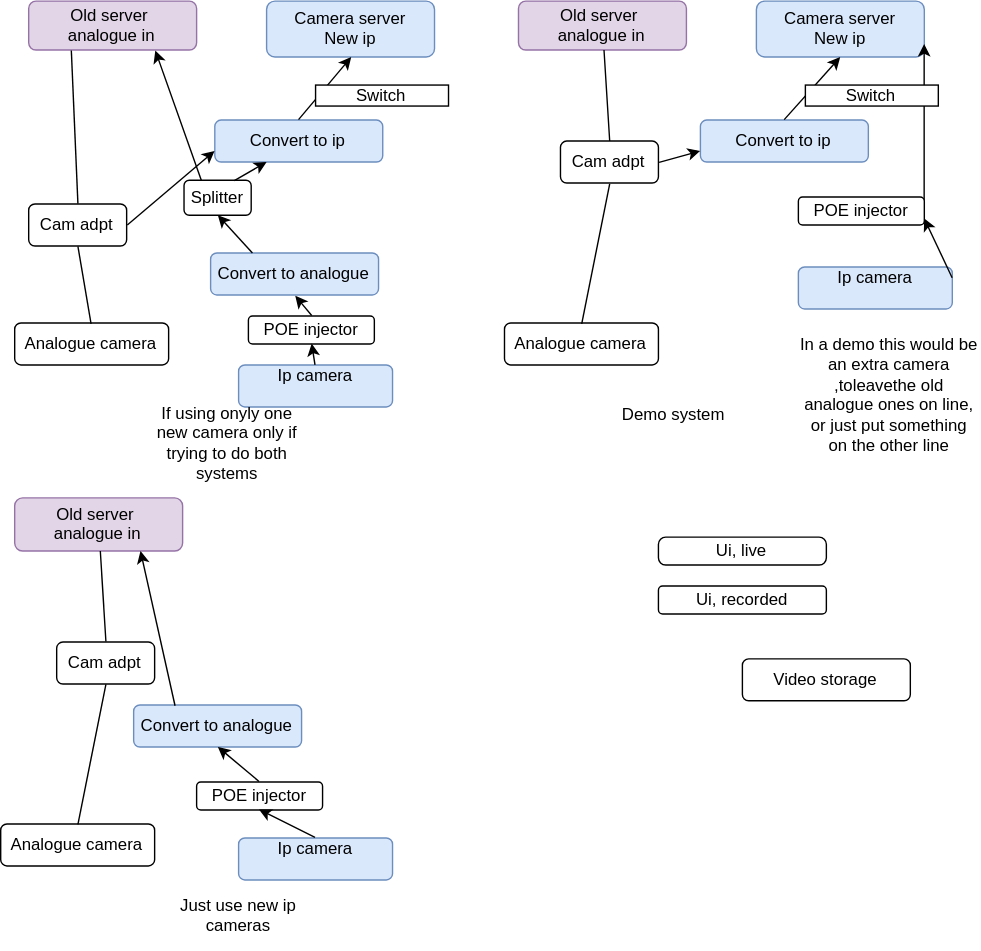
Above: IdeaForCameraSystem.svg in RobinBoswellUK/DrawIO (draw.io), before the change. Source tidied: cells renumbered, new cells last; positions are measured from the earlier drawing's top-left corner, leaving out a move shared by most shapes.
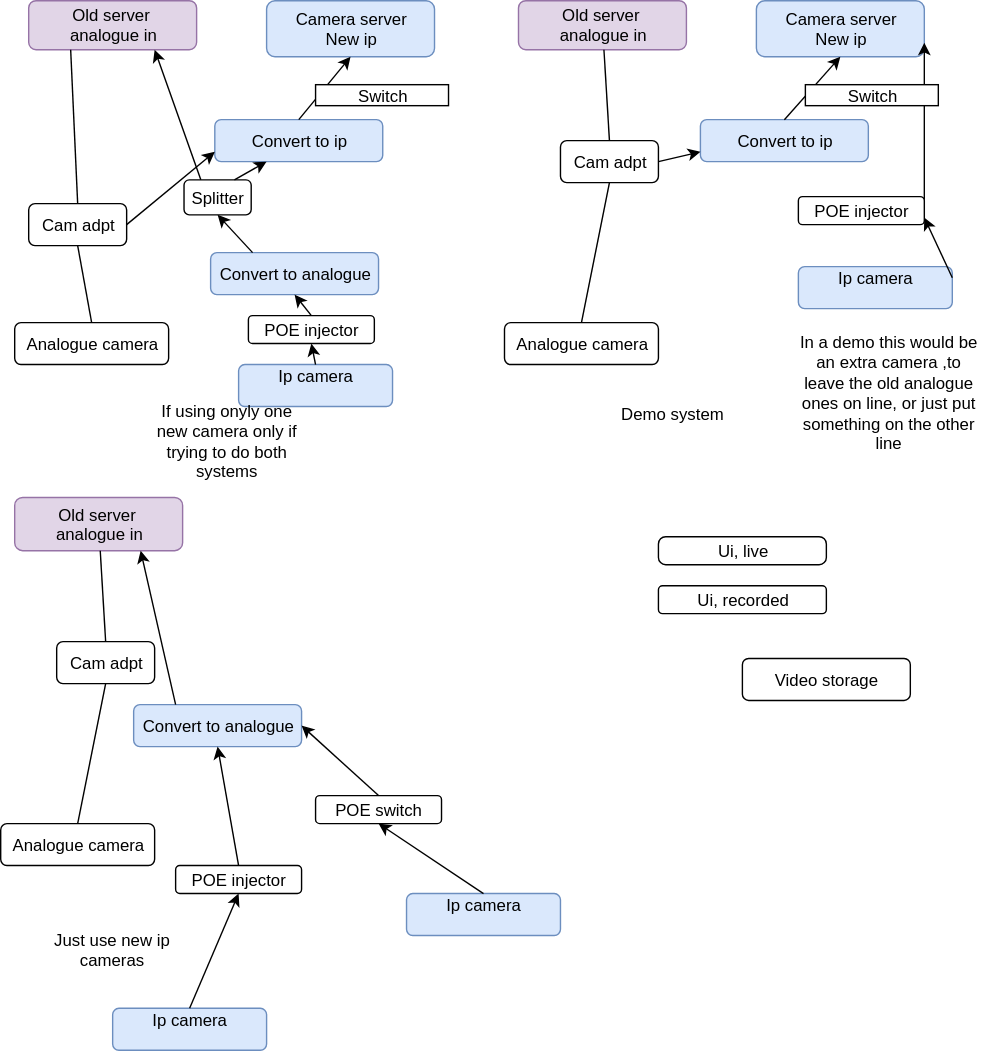
Later version of the same file.

What changed in the source:
```diff
@@ -107,11 +107,11 @@
     <mxCell id="36" style="endArrow=classic;html=1;entryX=1;entryY=0.75;exitX=1;exitY=0.25;" parent="1" edge="1" source="24" target="35">
       <mxGeometry relative="1" as="geometry" />
     </mxCell>
-    <mxCell id="37" value="In a demo this would be an extra camera ,toleavethe old analogue ones on line, or just put something on the other line" style="text;html=1;strokeColor=none;fillColor=none;align=center;verticalAlign=middle;whiteSpace=wrap;" parent="1" vertex="1">
+    <mxCell id="37" value="In a demo this would be an extra camera ,to leave the old analogue ones on line, or just put something on the other line" style="text;html=1;strokeColor=none;fillColor=none;align=center;verticalAlign=middle;whiteSpace=wrap;" parent="1" vertex="1">
       <mxGeometry x="570" y="240" width="130" height="80" as="geometry" />
     </mxCell>
     <mxCell id="38" value="Ip camera&lt;div&gt;&lt;br&gt;&lt;/div&gt;" style="rounded=1;whiteSpace=wrap;html=1;fillColor=#dae8fc;strokeColor=#6c8ebf;" parent="1" vertex="1">
-      <mxGeometry x="170" y="598" width="110" height="30" as="geometry" />
+      <mxGeometry x="80" y="720" width="110" height="30" as="geometry" />
     </mxCell>
     <mxCell id="39" value="Analogue camera" style="rounded=1;whiteSpace=wrap;html=1;" parent="1" vertex="1">
       <mxGeometry y="588" width="110" height="30" as="geometry" />
@@ -138,10 +138,10 @@
       <mxGeometry relative="1" as="geometry" />
     </mxCell>
     <mxCell id="47" value="Just use new ip cameras" style="text;html=1;strokeColor=none;fillColor=none;align=center;verticalAlign=middle;whiteSpace=wrap;" parent="1" vertex="1">
-      <mxGeometry x="110" y="628" width="120" height="50" as="geometry" />
+      <mxGeometry x="20" y="653" width="120" height="50" as="geometry" />
     </mxCell>
     <mxCell id="48" value="POE injector" style="rounded=1;whiteSpace=wrap;html=1;" parent="1" vertex="1">
-      <mxGeometry x="140" y="558" width="90" height="20" as="geometry" />
+      <mxGeometry x="125" y="618" width="90" height="20" as="geometry" />
     </mxCell>
     <mxCell id="49" style="endArrow=classic;html=1;entryX=0.5;entryY=1;exitX=0.5;exitY=0;" parent="1" edge="1" source="38" target="48">
       <mxGeometry relative="1" as="geometry" />
@@ -157,5 +157,17 @@
     <mxCell id="52" style="endArrow=classic;html=1;entryX=0.75;entryY=1;exitX=0;exitY=0.75;" parent="1" edge="1" source="50" target="6">
       <mxGeometry relative="1" as="geometry" />
     </mxCell>
+    <mxCell id="53" value="Ip camera&lt;div&gt;&lt;br&gt;&lt;/div&gt;" style="rounded=1;whiteSpace=wrap;html=1;fillColor=#dae8fc;strokeColor=#6c8ebf;" parent="1" vertex="1">
+      <mxGeometry x="290" y="638" width="110" height="30" as="geometry" />
+    </mxCell>
+    <mxCell id="54" value="POE switch" style="rounded=1;whiteSpace=wrap;html=1;" parent="1" vertex="1">
+      <mxGeometry x="225" y="568" width="90" height="20" as="geometry" />
+    </mxCell>
+    <mxCell id="55" style="endArrow=classic;html=1;entryX=0.5;entryY=1;exitX=0.5;exitY=0;" parent="1" edge="1" source="53" target="54">
+      <mxGeometry relative="1" as="geometry" />
+    </mxCell>
+    <mxCell id="56" style="endArrow=classic;html=1;entryX=1;entryY=0.5;exitX=0.5;exitY=0;" parent="1" edge="1" source="54" target="41">
+      <mxGeometry relative="1" as="geometry" />
+    </mxCell>
   </root>
 </mxGraphModel>
```
